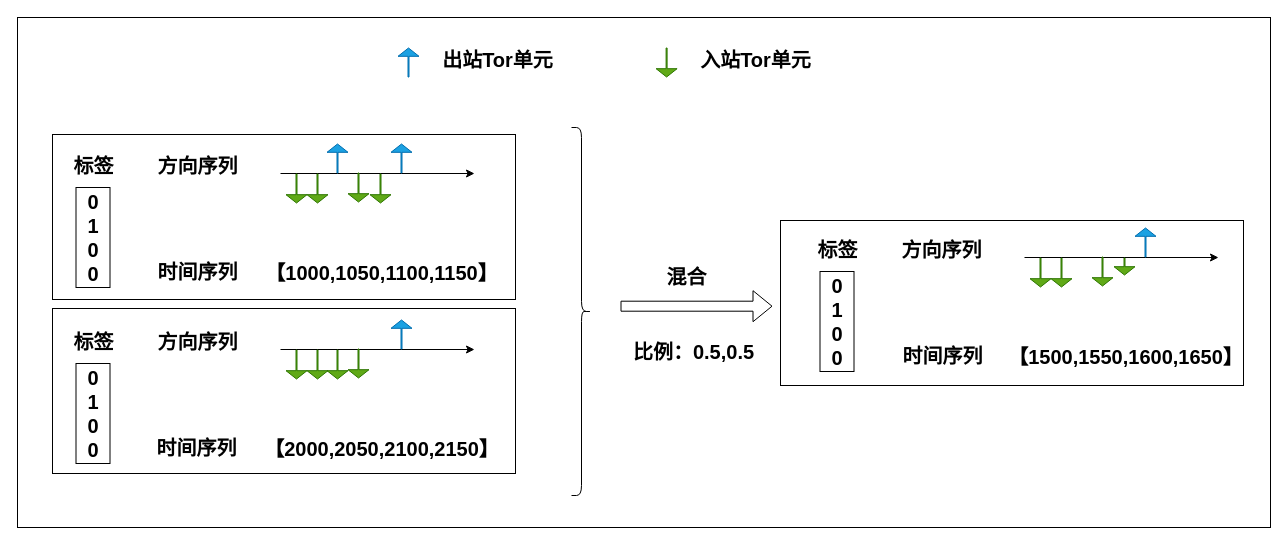
lilang0710/ll keeps this draw.io diagram as 时空数据增强.drawio. Above is the earlier version. Source tidied: cells renumbered, new cells numbered last; positions are measured from the earlier drawing's top-left corner, leaving out a move shared by most shapes. Both pictures are drawn from the tidied source at 100%, with x=0, y=0 at pixel (17, 17).
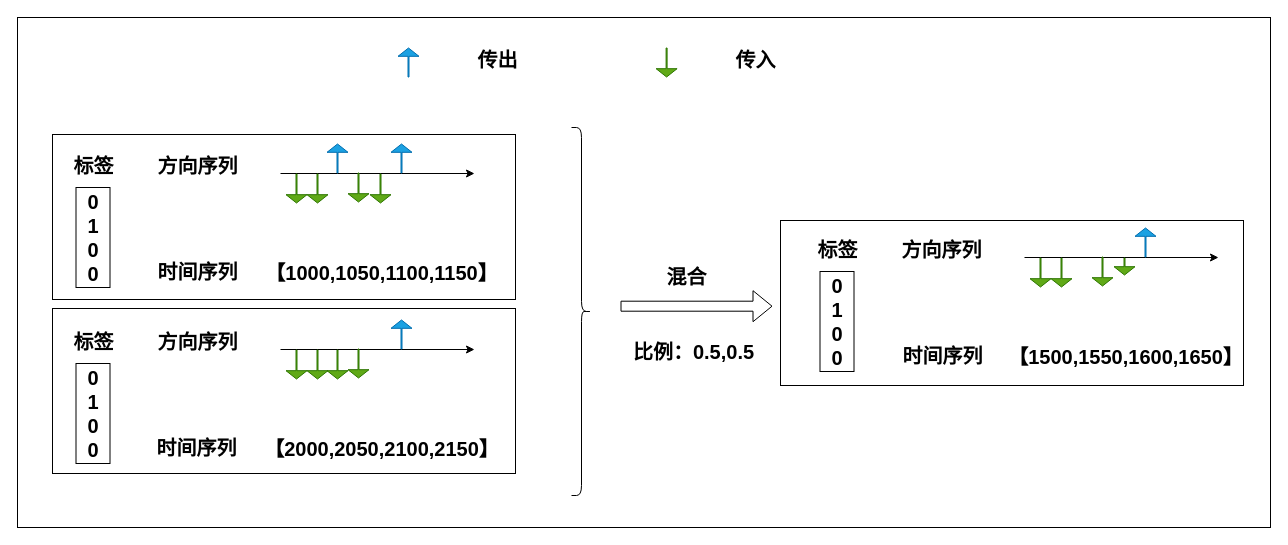
After the change.

Commit message (it also covers changes not shown here):
更新时空数据增强.drawio

Diff of the diagram source:
```diff
@@
-    <mxCell id="17" value="&lt;font size=&quot;1&quot;&gt;&lt;b&gt;&lt;font style=&quot;font-size: 20px;&quot;&gt;出站Tor单元&lt;br&gt;&lt;/font&gt;&lt;/b&gt;&lt;/font&gt;" style="text;html=1;align=center;verticalAlign=middle;strokeColor=none;fillColor=none;" parent="1" vertex="1">
+    <mxCell id="17" value="&lt;font size=&quot;1&quot;&gt;&lt;b&gt;&lt;font style=&quot;font-size: 20px;&quot;&gt;传出&lt;br&gt;&lt;/font&gt;&lt;/b&gt;&lt;/font&gt;" style="text;html=1;align=center;verticalAlign=middle;strokeColor=none;fillColor=none;" parent="1" vertex="1">
       <mxGeometry x="415" y="24" width="129" height="36" as="geometry" />
     </mxCell>
-    <mxCell id="18" value="&lt;font size=&quot;1&quot;&gt;&lt;b&gt;&lt;font style=&quot;font-size: 20px;&quot;&gt;入站Tor单元&lt;br&gt;&lt;/font&gt;&lt;/b&gt;&lt;/font&gt;" style="text;html=1;align=center;verticalAlign=middle;strokeColor=none;fillColor=none;" parent="1" vertex="1">
+    <mxCell id="18" value="&lt;font size=&quot;1&quot;&gt;&lt;b&gt;&lt;font style=&quot;font-size: 20px;&quot;&gt;传入&lt;br&gt;&lt;/font&gt;&lt;/b&gt;&lt;/font&gt;" style="text;html=1;align=center;verticalAlign=middle;strokeColor=none;fillColor=none;" parent="1" vertex="1">
       <mxGeometry x="673.5" y="24" width="129" height="36" as="geometry" />
     </mxCell>
```
